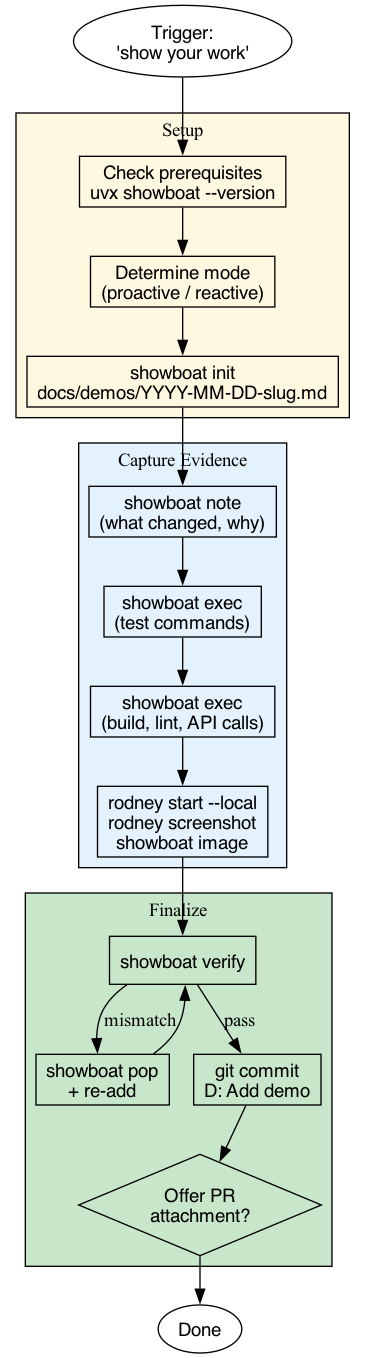
quatico-solutions/agent-skills keeps this Graphviz diagram as skills/show-your-work/diagrams/graph2.png. Above is the earlier version. Its source is kept beside it as skills/show-your-work/diagrams/graph2.dot.
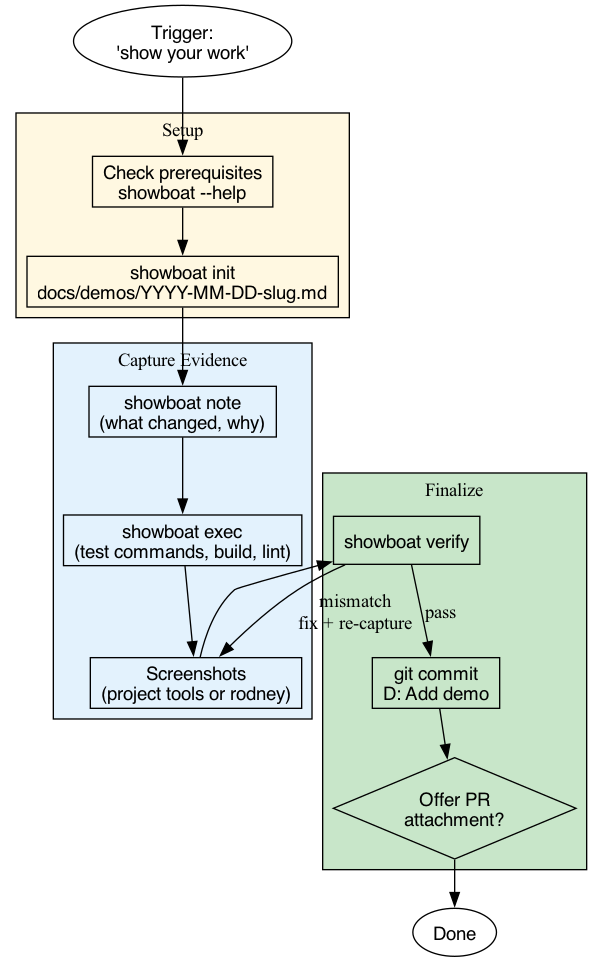
Later version of the same file.

Commit message:
R Slim show-your-work skill, prefer project-native screenshot tools

The edit, as a diff of the source:
```diff
@@ -9,8 +9,7 @@
         label="Setup";
         style=filled;
         fillcolor="#fff8e1";
-        check [label="Check prerequisites\nuvx showboat --version"];
-        mode [label="Determine mode\n(proactive / reactive)"];
+        check [label="Check prerequisites\nshowboat --help"];
         init [label="showboat init\ndocs/demos/YYYY-MM-DD-slug.md"];
     }
 
@@ -19,9 +18,8 @@
         style=filled;
         fillcolor="#e3f2fd";
         context [label="showboat note\n(what changed, why)"];
-        tests [label="showboat exec\n(test commands)"];
-        commands [label="showboat exec\n(build, lint, API calls)"];
-        screenshots [label="rodney start --local\nrodney screenshot\nshowboat image"];
+        tests [label="showboat exec\n(test commands, build, lint)"];
+        screenshots [label="Screenshots\n(project tools or rodney)"];
     }
 
     subgraph cluster_finalize {
@@ -29,7 +27,6 @@
         style=filled;
         fillcolor="#c8e6c9";
         verify [label="showboat verify"];
-        fix [label="showboat pop\n+ re-add"];
         commit_doc [label="git commit\nD: Add demo"];
         offer_pr [label="Offer PR\nattachment?" shape=diamond];
     }
@@ -37,16 +34,13 @@
     done [label="Done" shape=ellipse];
 
     trigger -> check;
-    check -> mode;
-    mode -> init;
+    check -> init;
     init -> context;
     context -> tests;
-    tests -> commands;
-    commands -> screenshots;
+    tests -> screenshots;
     screenshots -> verify;
     verify -> commit_doc [label="pass"];
-    verify -> fix [label="mismatch"];
-    fix -> verify;
+    verify -> screenshots [label="mismatch\nfix + re-capture"];
     commit_doc -> offer_pr;
     offer_pr -> done;
 }
```
